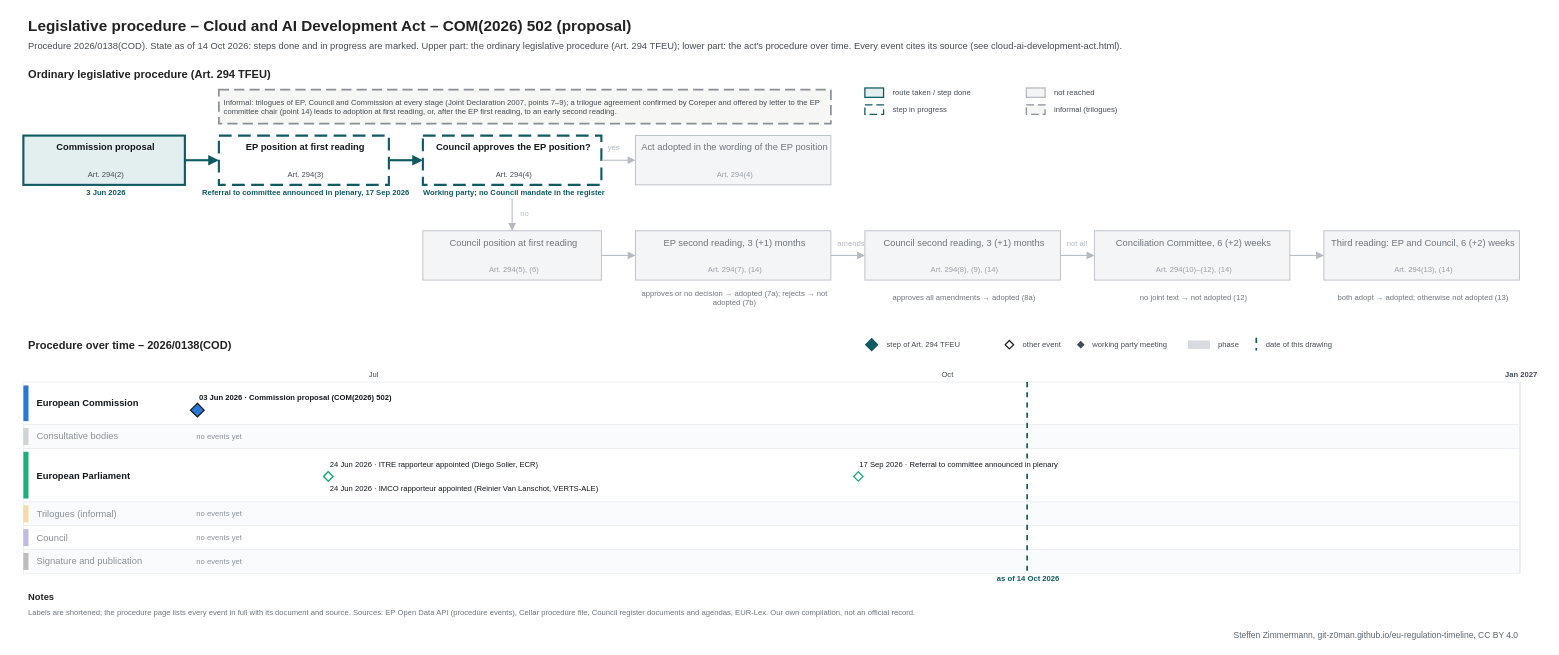
git-z0man/eu-regulation-timeline keeps this draw.io diagram as procedures/cloud-ai-development-act.drawio. Above is the earlier version. Source tidied: cells renumbered, new cells numbered last; positions are measured from the earlier drawing's top-left corner, leaving out a move shared by most shapes. Both pictures are drawn from the tidied source at 85%, with x=0, y=0 at pixel (14, 14).
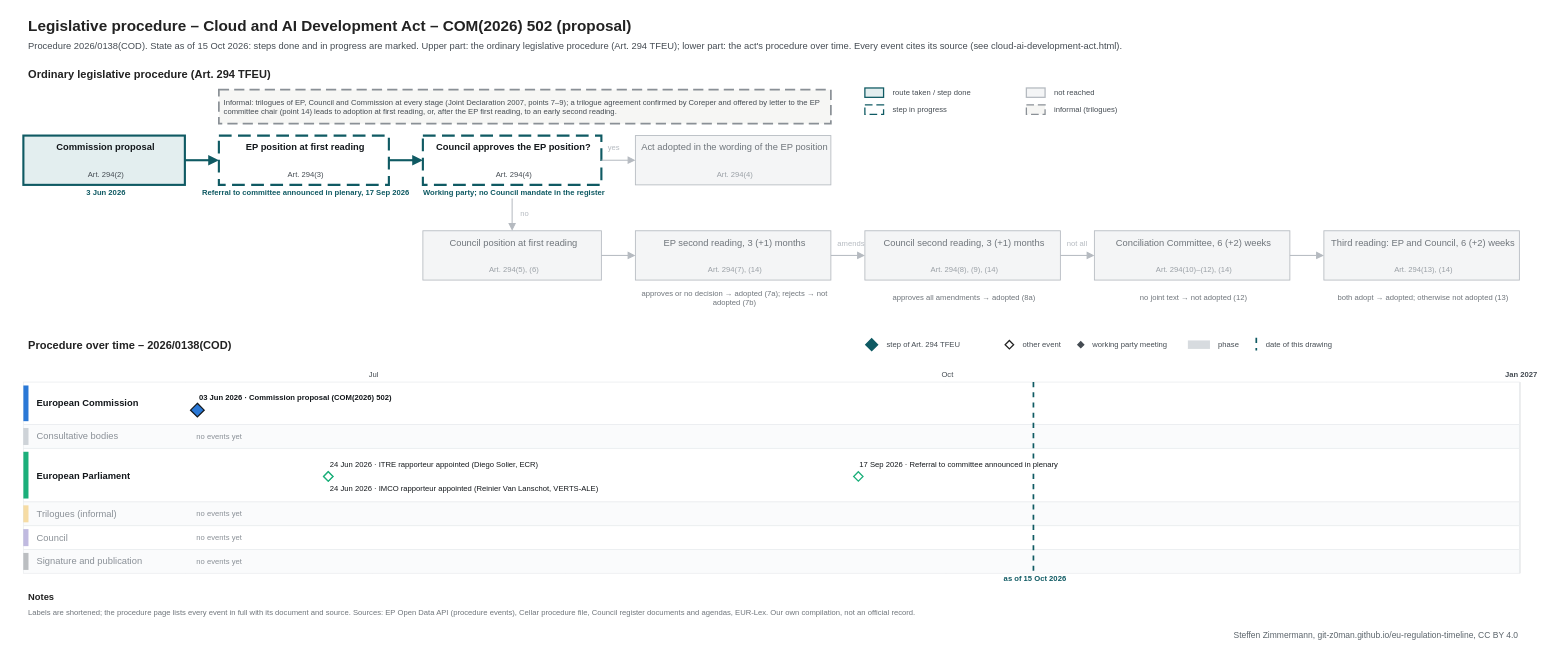
Above is the later version.

What changed in the source:
```diff
@@
-    <mxCell id="3" value="Procedure 2026/0138(COD). State as of 14 Oct 2026: steps done and in progress are marked. Upper part: the ordinary legislative procedure (Art. 294 TFEU); lower part: the act's procedure over time. Every event cites its source (see cloud-ai-development-act.html)." style="text;html=1;fontSize=11;fontColor=#454c53;align=left;verticalAlign=middle;spacingLeft=4;" parent="1" vertex="1">
+    <mxCell id="3" value="Procedure 2026/0138(COD). State as of 15 Oct 2026: steps done and in progress are marked. Upper part: the ordinary legislative procedure (Art. 294 TFEU); lower part: the act's procedure over time. Every event cites its source (see cloud-ai-development-act.html)." style="text;html=1;fontSize=11;fontColor=#454c53;align=left;verticalAlign=middle;spacingLeft=4;" parent="1" vertex="1">
       <mxGeometry x="10" y="28" width="1700" height="18" as="geometry" />
     </mxCell>
@@
     <mxCell id="105" style="line;html=1;strokeWidth=2;strokeColor=#0f5a63;direction=south;dashed=1;" parent="1" vertex="1">
-      <mxGeometry x="1190.4" y="432" width="1" height="225" as="geometry" />
+      <mxGeometry x="1197.8" y="432" width="1" height="225" as="geometry" />
     </mxCell>
-    <mxCell id="106" value="as of 14 Oct 2026" style="text;html=1;fontSize=9;fontColor=#0f5a63;align=center;verticalAlign=middle;spacingLeft=4;fontStyle=1;" parent="1" vertex="1">
-      <mxGeometry x="1130.4" y="658" width="120" height="12" as="geometry" />
+    <mxCell id="106" value="as of 15 Oct 2026" style="text;html=1;fontSize=9;fontColor=#0f5a63;align=center;verticalAlign=middle;spacingLeft=4;fontStyle=1;" parent="1" vertex="1">
+      <mxGeometry x="1137.8" y="658" width="120" height="12" as="geometry" />
     </mxCell>
```
